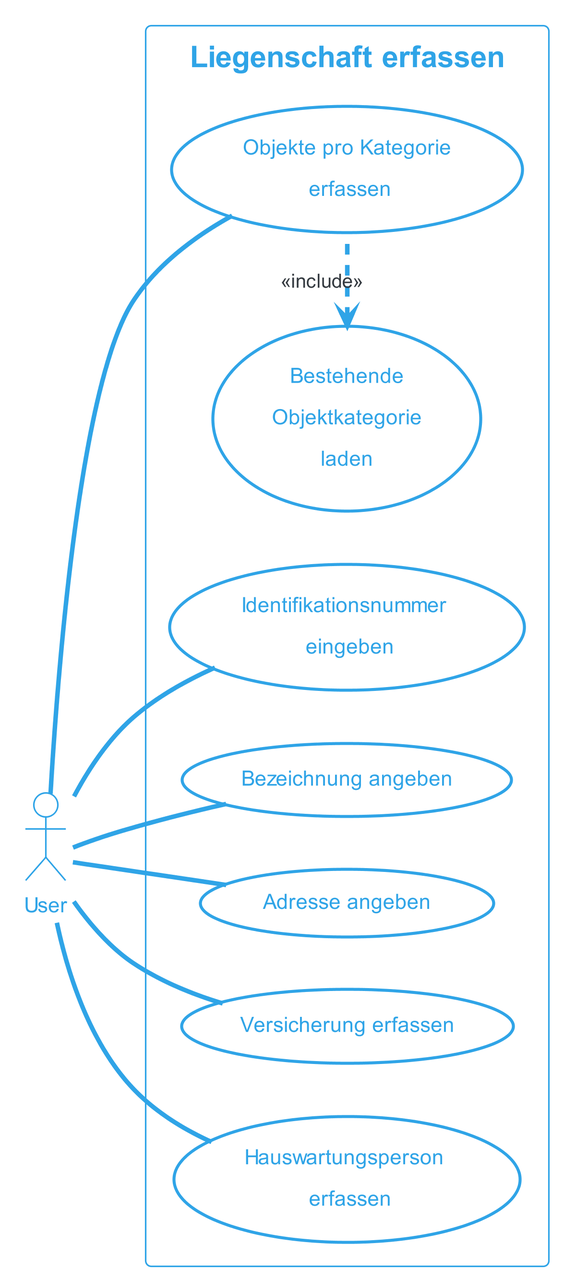
Earlier version of the PlantUML export docs/content/diagrams/out/usecase/liegenschaftErfassen/LiegenschaftErfassen.png (sirtheta/ImmoGlobal_Semesterarbeit).
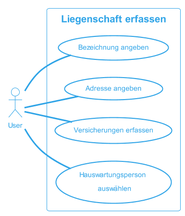
Later version of the same file.

Change to the diagram source:
```diff
@@ -1,22 +1,15 @@
 @startuml LiegenschaftErfassen
 !theme cerulean-outline
-skinparam dpi 300
 left to right direction
 actor "User" as fc
 rectangle "Liegenschaft erfassen" {
-  usecase "Identifikationsnummer \n eingeben" as UC2
   usecase "Bezeichnung angeben" as UC3
   usecase "Adresse angeben" as UC4
-  usecase "Versicherung erfassen" as UC5
-  usecase "Hauswartungsperson \n erfassen" as UC6
-  usecase "Objekte pro Kategorie\n erfassen" as UC7
-  usecase "Bestehende\nObjektkategorie\nladen" as UC8
+  usecase "Versicherungen erfassen" as UC5
+  usecase "Hauswartungsperson \n auswählen" as UC6
 }
-fc -- UC2
 fc -- UC3
 fc -- UC4
 fc -- UC5
 fc -- UC6
-fc -- UC7
-UC7 .left.> UC8 : <<include>>
 @enduml
```
